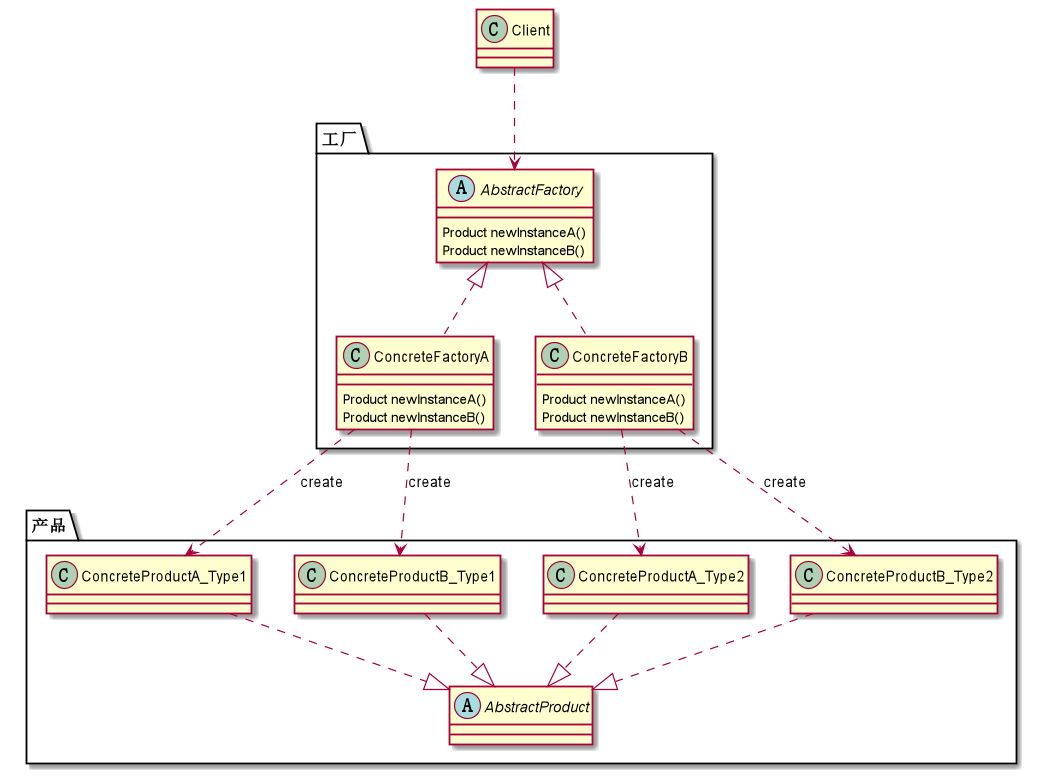
This is design/抽象工厂模式.png from FameLsy/Images, a PlantUML export, as it was before one commit. Source of this version:
```plantuml
@startuml
package 产品 <<Folder>>{
  Class ConcreteProductA_Type1
  Class ConcreteProductA_Type2
  Class ConcreteProductB_Type1
  Class ConcreteProductB_Type2
  Abstract AbstractProduct
}

package 工厂 <<Folder>>{
  Class ConcreteFactoryA{
     Product newInstanceA()
     Product newInstanceB()
  }
  Class ConcreteFactoryB{
    Product newInstanceA()
      Product newInstanceB()
  }
  Abstract  AbstractFactory{
    Product newInstanceA()
    Product newInstanceB()

  }
}

ConcreteProductA_Type1..|>AbstractProduct
ConcreteProductA_Type2..|>AbstractProduct
ConcreteProductB_Type1..|>AbstractProduct
ConcreteProductB_Type2..|>AbstractProduct

AbstractFactory<|..ConcreteFactoryA
AbstractFactory<|..ConcreteFactoryB

ConcreteFactoryA..>ConcreteProductA_Type1: create
ConcreteFactoryA..>ConcreteProductB_Type1: create
ConcreteFactoryB..>ConcreteProductA_Type2: create
ConcreteFactoryB..>ConcreteProductB_Type2: create


Class Client
Client ..> AbstractFactory
@enduml
```
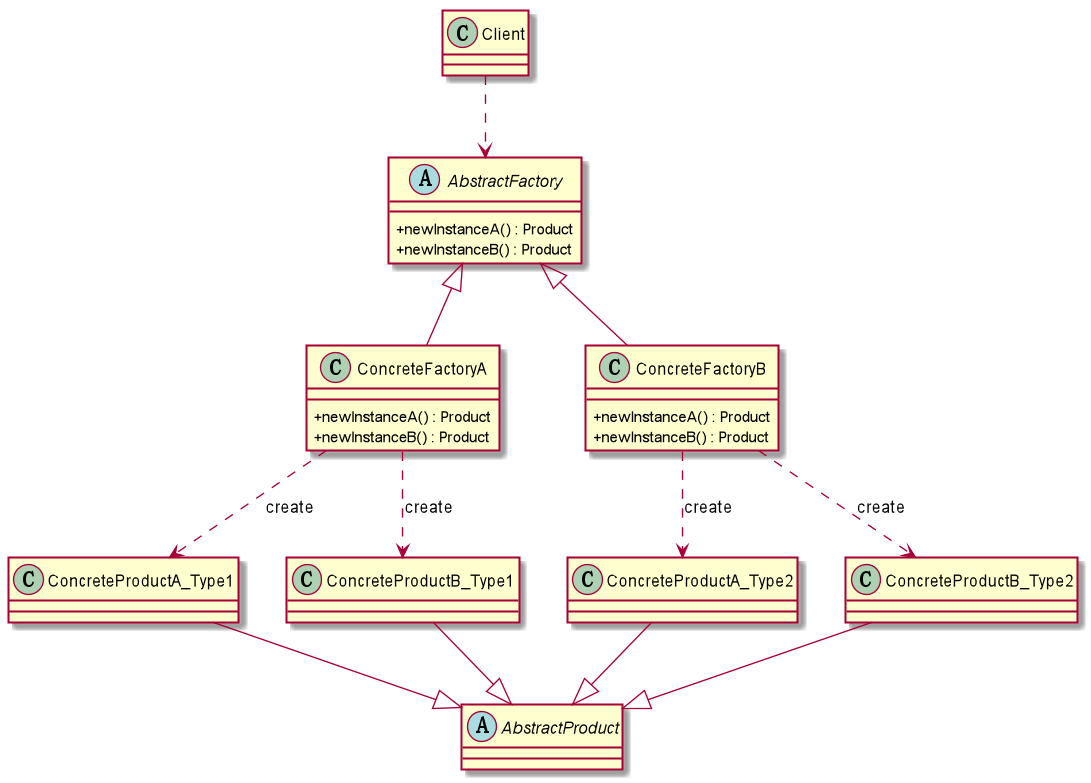
The same diagram one commit later.

Diff of the diagram source:
```diff
@@ -1,35 +1,33 @@
 @startuml
-package 产品 <<Folder>>{
+skinparam classAttributeIconSize 0
+  Abstract AbstractProduct
   Class ConcreteProductA_Type1
   Class ConcreteProductA_Type2
   Class ConcreteProductB_Type1
   Class ConcreteProductB_Type2
-  Abstract AbstractProduct
-}
 
-package 工厂 <<Folder>>{
+  Abstract  AbstractFactory{
+      + newInstanceA() : Product
+      + newInstanceB() : Product
+  }
   Class ConcreteFactoryA{
-     Product newInstanceA()
-     Product newInstanceB()
+     + newInstanceA() : Product
+     + newInstanceB() : Product
   }
   Class ConcreteFactoryB{
-    Product newInstanceA()
-      Product newInstanceB()
+   + newInstanceA() : Product
+   + newInstanceB() : Product
   }
-  Abstract  AbstractFactory{
-    Product newInstanceA()
-    Product newInstanceB()
 
-  }
-}
 
-ConcreteProductA_Type1..|>AbstractProduct
-ConcreteProductA_Type2..|>AbstractProduct
-ConcreteProductB_Type1..|>AbstractProduct
-ConcreteProductB_Type2..|>AbstractProduct
 
-AbstractFactory<|..ConcreteFactoryA
-AbstractFactory<|..ConcreteFactoryB
+ConcreteProductA_Type1--|>AbstractProduct
+ConcreteProductA_Type2--|>AbstractProduct
+ConcreteProductB_Type1--|>AbstractProduct
+ConcreteProductB_Type2--|>AbstractProduct
+
+AbstractFactory<|--ConcreteFactoryA
+AbstractFactory<|--ConcreteFactoryB
 
 ConcreteFactoryA..>ConcreteProductA_Type1: create
 ConcreteFactoryA..>ConcreteProductB_Type1: create
```
